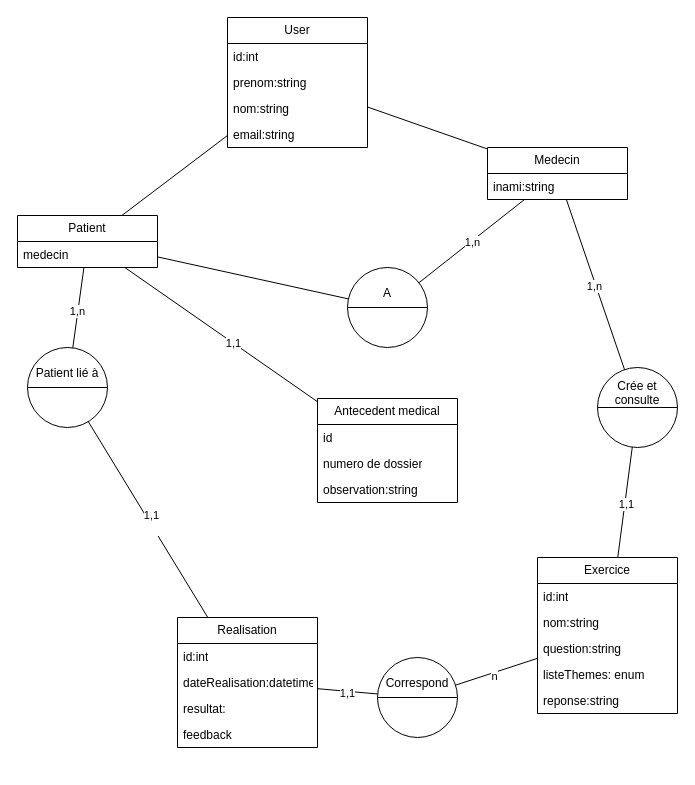
DoroLunatiqua/ProjetSymfonyDV keeps this draw.io diagram as documentation/diagramProjetSymfonyDV.drawio. Above is the earlier version. Source tidied: cells renumbered, new cells numbered last; positions are measured from the earlier drawing's top-left corner, leaving out a move shared by most shapes. Both pictures are drawn from the tidied source at 100%, with x=0, y=0 at pixel (17, 17).
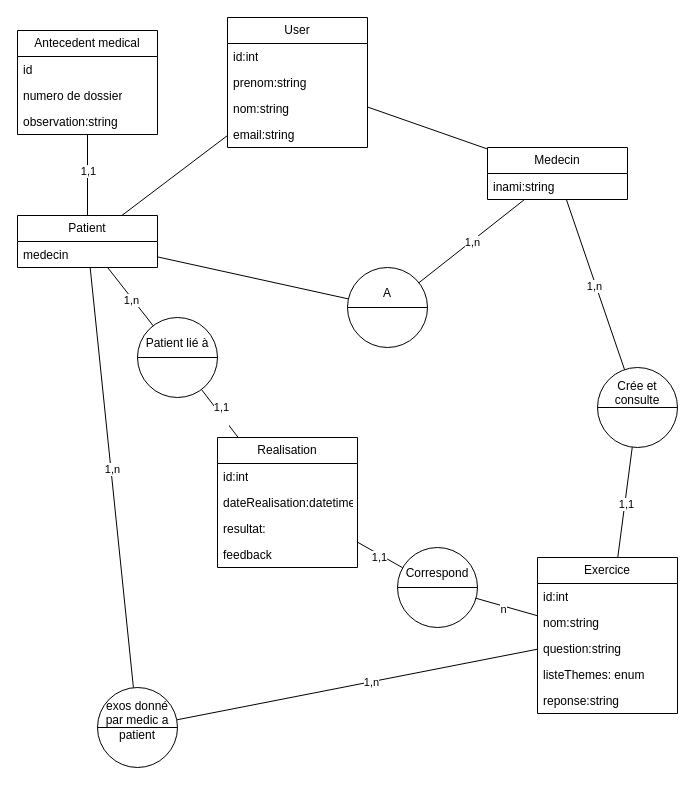
The same diagram, later.

The change refers to these unchanged cells:
```xml
<mxCell id="7" value="Exercice" style="swimlane;fontStyle=0;horizontal=1;startSize=26;fillColor=none;whiteSpace=wrap;html=1;" parent="1" vertex="1">
  <mxGeometry x="520" y="540" width="140" height="156" as="geometry" />
</mxCell>
<mxCell id="35" value="Patient" style="swimlane;fontStyle=0;horizontal=1;startSize=26;fillColor=none;whiteSpace=wrap;html=1;" parent="1" vertex="1">
  <mxGeometry y="198" width="140" height="52" as="geometry" />
</mxCell>
```

The edit, as a diff of the source:
```diff
@@
     <mxCell id="13" value="Realisation" style="swimlane;fontStyle=0;horizontal=1;startSize=26;fillColor=none;whiteSpace=wrap;html=1;" parent="1" vertex="1">
-      <mxGeometry x="160" y="600" width="140" height="130" as="geometry" />
+      <mxGeometry x="200" y="420" width="140" height="130" as="geometry" />
     </mxCell>
@@
     <mxCell id="18" value="Patient lié à&lt;div&gt;&lt;br&gt;&lt;/div&gt;&lt;div&gt;&lt;br&gt;&lt;/div&gt;" style="shape=lineEllipse;perimeter=ellipsePerimeter;whiteSpace=wrap;html=1;backgroundOutline=1;" parent="1" vertex="1">
-      <mxGeometry x="10" y="330" width="80" height="80" as="geometry" />
+      <mxGeometry x="120" y="300" width="80" height="80" as="geometry" />
     </mxCell>
@@
     <mxCell id="20" value="Correspond&lt;div&gt;&lt;br&gt;&lt;/div&gt;&lt;div&gt;&lt;br&gt;&lt;/div&gt;" style="shape=lineEllipse;perimeter=ellipsePerimeter;whiteSpace=wrap;html=1;backgroundOutline=1;" parent="1" vertex="1">
-      <mxGeometry x="360" y="640" width="80" height="80" as="geometry" />
+      <mxGeometry x="380" y="530" width="80" height="80" as="geometry" />
     </mxCell>
@@
     <mxCell id="37" value="Antecedent medical" style="swimlane;fontStyle=0;horizontal=1;startSize=26;fillColor=none;whiteSpace=wrap;html=1;" parent="1" vertex="1">
-      <mxGeometry x="300" y="381" width="140" height="104" as="geometry" />
+      <mxGeometry y="13" width="140" height="104" as="geometry" />
     </mxCell>
@@
+    <mxCell id="49" style="endArrow=none;html=1;rounded=0;" parent="1" edge="1" source="51" target="35">
+      <mxGeometry relative="1" as="geometry" />
+    </mxCell>
+    <mxCell id="50" value="1,n" style="edgeLabel;html=1;align=center;verticalAlign=middle;" parent="49" vertex="1">
+      <mxGeometry x="0.04" y="-1" relative="1" as="geometry" />
+    </mxCell>
+    <mxCell id="51" value="&lt;div&gt;exos donné par medic a patient&lt;/div&gt;&lt;div&gt;&lt;br&gt;&lt;/div&gt;" style="shape=lineEllipse;perimeter=ellipsePerimeter;whiteSpace=wrap;html=1;backgroundOutline=1;" parent="1" vertex="1">
+      <mxGeometry x="80" y="670" width="80" height="80" as="geometry" />
+    </mxCell>
+    <mxCell id="52" style="endArrow=none;html=1;rounded=0;" parent="1" edge="1" source="51" target="7">
+      <mxGeometry relative="1" as="geometry" />
+    </mxCell>
+    <mxCell id="53" value="1,n" style="edgeLabel;html=1;align=center;verticalAlign=middle;" parent="52" vertex="1">
+      <mxGeometry x="0.08" relative="1" as="geometry" />
+    </mxCell>
```
